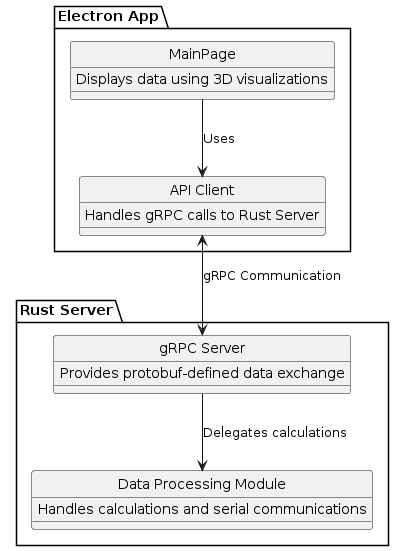
BigBIueWhale/multilateration_visualizer keeps this PlantUML diagram as doc/system_diagram/diagram.png. Above is the earlier version. The source it was exported from:
```plantuml
@startuml
skinparam style strictuml

package "Electron App" {
  class "MainPage" as MP {
    Displays data using 3D visualizations
  }
  class "API Client" as APIC {
    Handles gRPC calls to Rust Server
  }
  MP --> APIC : Uses
}

package "Rust Server" {
  class "gRPC Server" as GRPCS {
    Provides protobuf-defined data exchange
  }
  class "Data Processing Module" as DPM {
    Handles calculations and serial communications
  }
  GRPCS --> DPM : Delegates calculations
}

APIC <-down-> GRPCS : gRPC Communication
@enduml
```
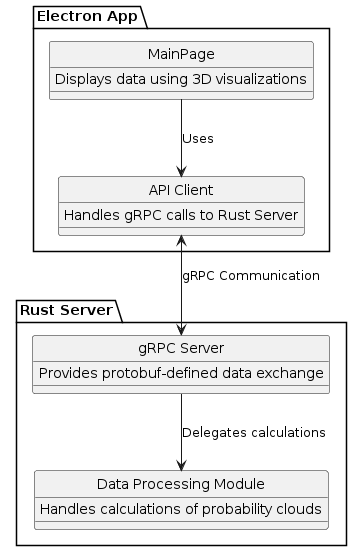
Later version of the same file.

What changed in the source:
```diff
@@ -16,7 +16,7 @@
     Provides protobuf-defined data exchange
   }
   class "Data Processing Module" as DPM {
-    Handles calculations and serial communications
+    Handles calculations of probability clouds
   }
   GRPCS --> DPM : Delegates calculations
 }
```
